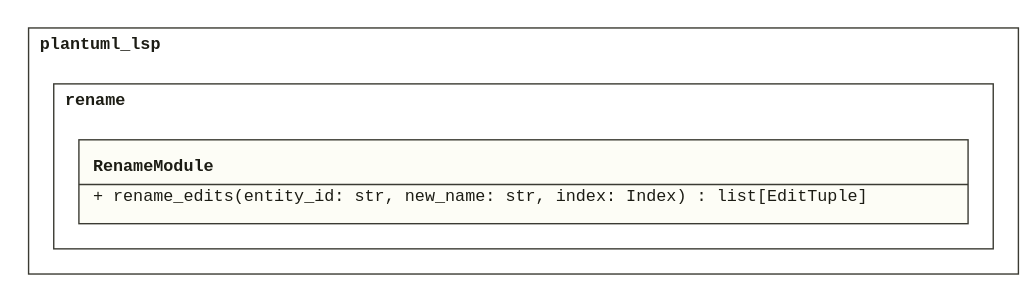
This is doc/assets/CL_Rename.svg from derivasoftware/plantuml-lsp, a PlantUML export, as it was before one commit. Its source is kept beside it as design/lld/plantuml_lsp/CL_Rename.puml.
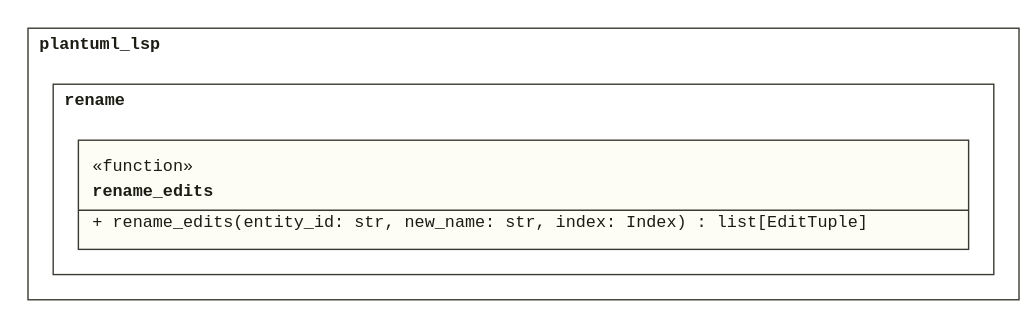
After the change.

What changed in the source:
```diff
@@ -3,10 +3,9 @@
 !startsub RenameModule
 
 namespace plantuml_lsp.rename {
-  class "<<module>>" as RenameModule {
+  class rename_edits <<function>> {
     + rename_edits(entity_id: str, new_name: str, index: Index) : list[EditTuple]
   }
-  RenameModule ..> plantuml_lsp.index.Index
 }
 
 !endsub
```
